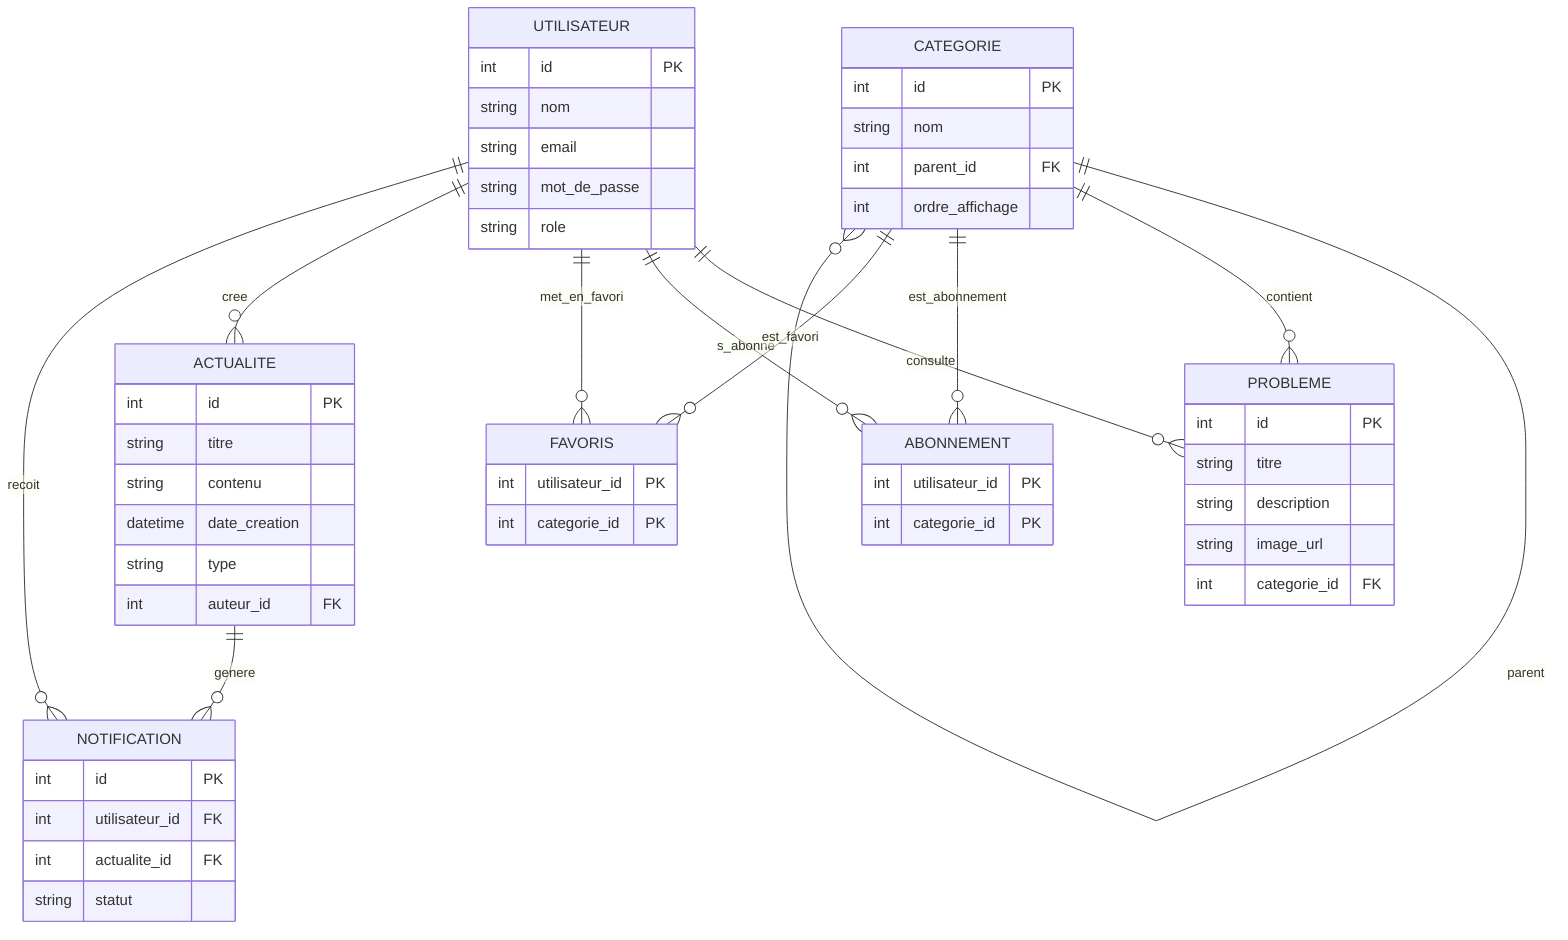
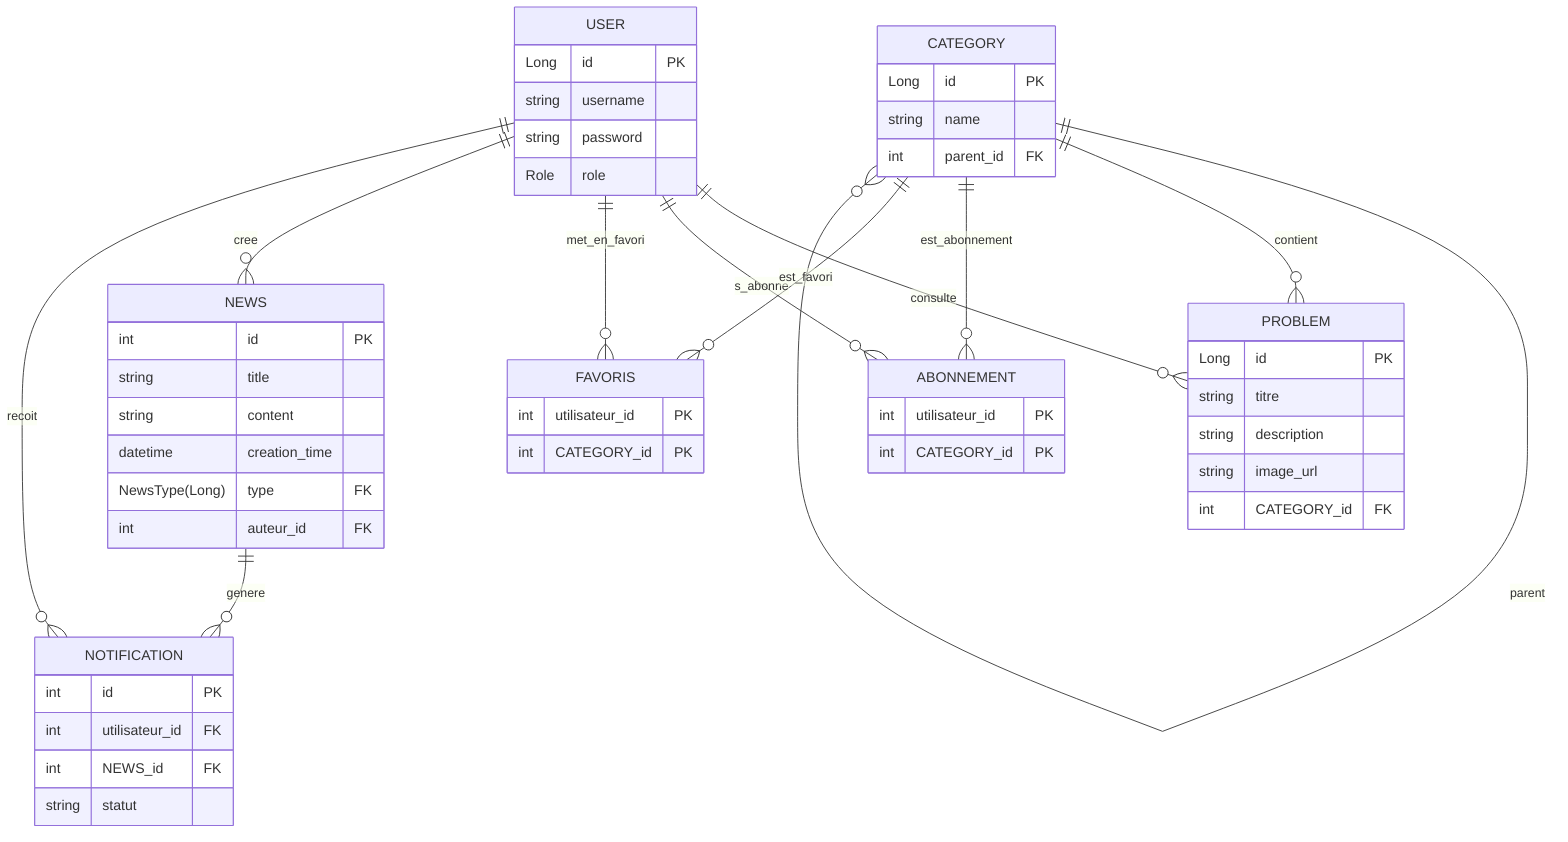
erDiagram

-   UTILISATEUR {
-     int id PK
-     string nom
-     string email
-     string mot_de_passe
-     string role
-     %% role: agent | modo | admin
+   USER {
+     Long id PK
+     string username
+     string password
+     Role role
+     %% role(enum): agent | modo | admin
  }

-   CATEGORIE {
-     int id PK
-     string nom
+   CATEGORY {
+     Long id PK
+     string name
    int parent_id FK
-     int ordre_affichage
  }

-   PROBLEME {
-     int id PK
+   PROBLEM {
+     Long id PK
    string titre
    string description
    string image_url
-     int categorie_id FK
+     int CATEGORY_id FK
  }

-   ACTUALITE {
+   NEWS {
    int id PK
-     string titre
-     string contenu
-     datetime date_creation
-     string type
+     string title
+     string content
+     datetime creation_time
+     NewsType(Long) type FK
    int auteur_id FK
  }

  NOTIFICATION {
    int id PK
    int utilisateur_id FK
-     int actualite_id FK
+     int NEWS_id FK
    string statut
  }

  ABONNEMENT {
    int utilisateur_id PK
-     int categorie_id PK
+     int CATEGORY_id PK
  }

  FAVORIS {
    int utilisateur_id PK
-     int categorie_id PK
+     int CATEGORY_id PK
  }

-   CATEGORIE ||--o{ CATEGORIE : parent
-   CATEGORIE ||--o{ PROBLEME : contient
-   UTILISATEUR ||--o{ PROBLEME : consulte
-   UTILISATEUR ||--o{ ABONNEMENT : s_abonne
-   CATEGORIE ||--o{ ABONNEMENT : est_abonnement
-   UTILISATEUR ||--o{ FAVORIS : met_en_favori
-   CATEGORIE ||--o{ FAVORIS : est_favori
-   UTILISATEUR ||--o{ ACTUALITE : cree
-   ACTUALITE ||--o{ NOTIFICATION : genere
-   UTILISATEUR ||--o{ NOTIFICATION : recoit+   CATEGORY ||--o{ CATEGORY : parent
+   CATEGORY ||--o{ PROBLEM : contient
+   USER ||--o{ PROBLEM : consulte
+   USER ||--o{ ABONNEMENT : s_abonne
+   CATEGORY ||--o{ ABONNEMENT : est_abonnement
+   USER ||--o{ FAVORIS : met_en_favori
+   CATEGORY ||--o{ FAVORIS : est_favori
+   USER ||--o{ NEWS : cree
+   NEWS ||--o{ NOTIFICATION : genere
+   USER ||--o{ NOTIFICATION : recoit